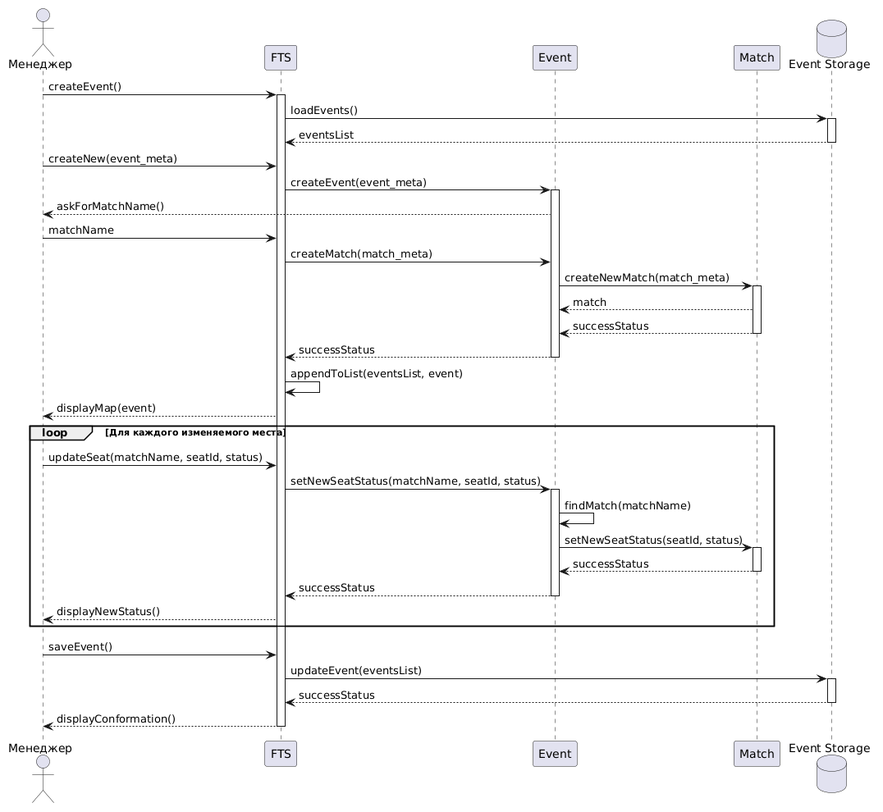
Above: source/diagram3.png in penamarth/bsbo-11-24_team5_var10_football (PlantUML), before the change.
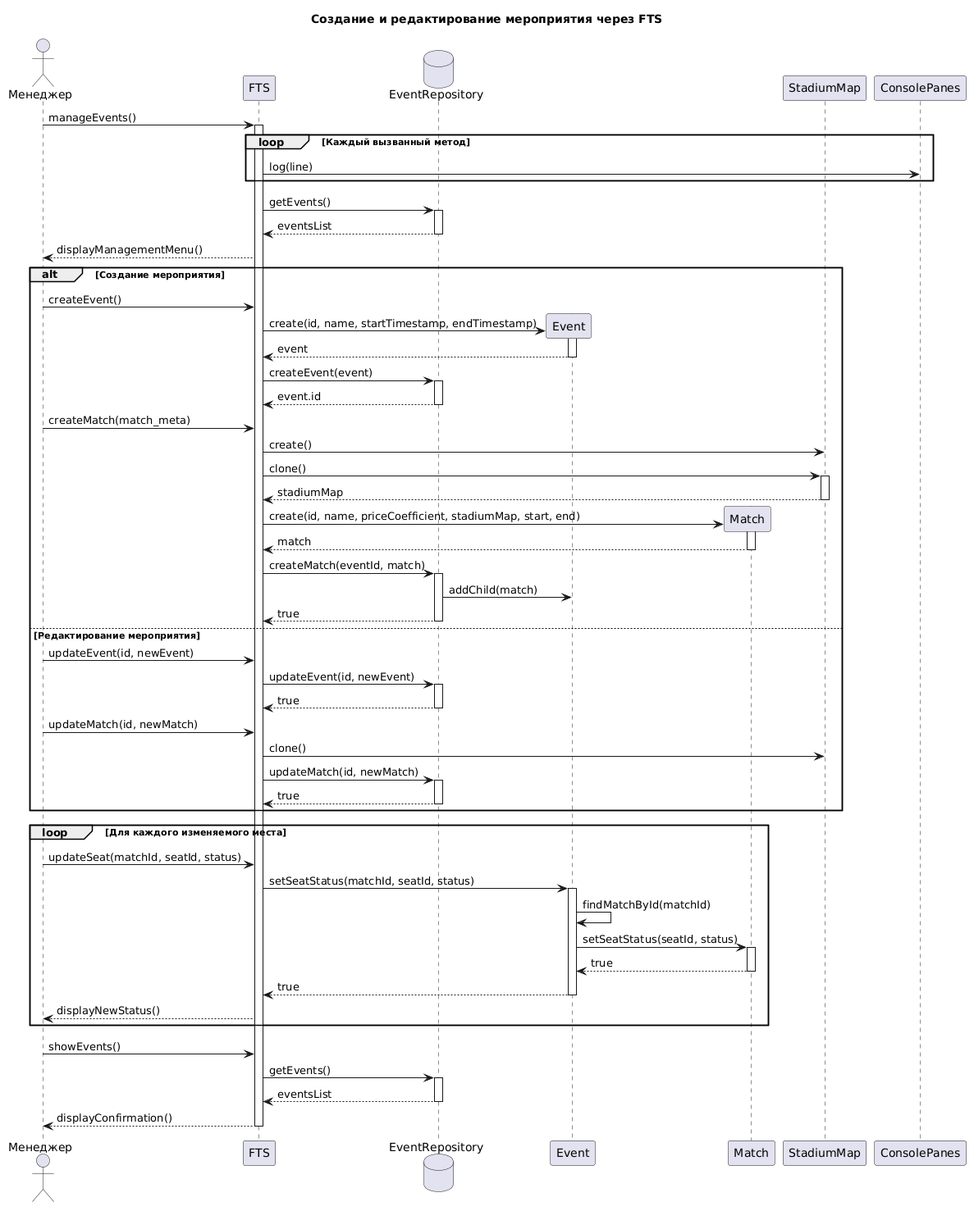
The same diagram one commit later.

What changed in the source:
```diff
@@ -1,53 +1,94 @@
 @startuml
+title Создание и редактирование мероприятия через FTS
+
 actor "Менеджер" as Manager
 
-participant "FTS" as Controller
+participant "FTS" as FTS
+database "EventRepository" as EventRepository
 participant "Event" as Event
 participant "Match" as Match
-database "Event Storage" as DB
+participant "StadiumMap" as StadiumMap
+participant "ConsolePanes" as Panes
 
-Manager -> Controller : createEvent()
-activate Controller
-Controller -> DB : loadEvents()
-activate DB
-DB --> Controller : eventsList
-deactivate DB
-Manager -> Controller : createNew(event_meta)
-Controller -> Event : createEvent(event_meta)
-activate Event
-Event --> Manager : askForMatchName()
-Manager -> Controller : matchName
-Controller -> Event : createMatch(match_meta)
-Event -> Match : createNewMatch(match_meta)
-activate Match
-Match --> Event : match
+Manager -> FTS : manageEvents()
+activate FTS
 
-Match --> Event : successStatus
-deactivate Match
-Event --> Controller : successStatus
-deactivate Event
-Controller -> Controller : appendToList(eventsList, event)
-Controller --> Manager : displayMap(event)
+loop Каждый вызванный метод
+    FTS -> Panes : log(line)
+end
+
+FTS -> EventRepository : getEvents()
+activate EventRepository
+EventRepository --> FTS : eventsList
+deactivate EventRepository
+FTS --> Manager : displayManagementMenu()
+
+alt Создание мероприятия
+    Manager -> FTS : createEvent()
+    create Event
+    FTS -> Event : create(id, name, startTimestamp, endTimestamp)
+    activate Event
+    Event --> FTS : event
+    deactivate Event
+
+    FTS -> EventRepository : createEvent(event)
+    activate EventRepository
+    EventRepository --> FTS : event.id
+    deactivate EventRepository
+
+    Manager -> FTS : createMatch(match_meta)
+    FTS -> StadiumMap : create()
+    FTS -> StadiumMap : clone()
+    activate StadiumMap
+    StadiumMap --> FTS : stadiumMap
+    deactivate StadiumMap
+
+    create Match
+    FTS -> Match : create(id, name, priceCoefficient, stadiumMap, start, end)
+    activate Match
+    Match --> FTS : match
+    deactivate Match
+
+    FTS -> EventRepository : createMatch(eventId, match)
+    activate EventRepository
+    EventRepository -> Event : addChild(match)
+    EventRepository --> FTS : true
+    deactivate EventRepository
+else Редактирование мероприятия
+    Manager -> FTS : updateEvent(id, newEvent)
+    FTS -> EventRepository : updateEvent(id, newEvent)
+    activate EventRepository
+    EventRepository --> FTS : true
+    deactivate EventRepository
+
+    Manager -> FTS : updateMatch(id, newMatch)
+    FTS -> StadiumMap : clone()
+    FTS -> EventRepository : updateMatch(id, newMatch)
+    activate EventRepository
+    EventRepository --> FTS : true
+    deactivate EventRepository
+end
 
 loop Для каждого изменяемого места
-    Manager -> Controller : updateSeat(matchName, seatId, status)
-    Controller -> Event : setNewSeatStatus(matchName, seatId, status)
+    Manager -> FTS : updateSeat(matchId, seatId, status)
+    FTS -> Event : setSeatStatus(matchId, seatId, status)
     activate Event
-    Event -> Event : findMatch(matchName)
-    Event -> Match : setNewSeatStatus(seatId, status)
+    Event -> Event : findMatchById(matchId)
+    Event -> Match : setSeatStatus(seatId, status)
     activate Match
-    Match --> Event : successStatus
+    Match --> Event : true
     deactivate Match
-    Event --> Controller : successStatus
+    Event --> FTS : true
     deactivate Event
-    Controller --> Manager : displayNewStatus()
+    FTS --> Manager : displayNewStatus()
 end
 
-Manager -> Controller : saveEvent()
-Controller -> DB : updateEvent(eventsList)
-activate DB
-DB --> Controller : successStatus
-deactivate DB
-Controller --> Manager : displayConformation()
-deactivate Controller
+Manager -> FTS : showEvents()
+FTS -> EventRepository : getEvents()
+activate EventRepository
+EventRepository --> FTS : eventsList
+deactivate EventRepository
+FTS --> Manager : displayConfirmation()
+
+deactivate FTS
 @enduml
```
